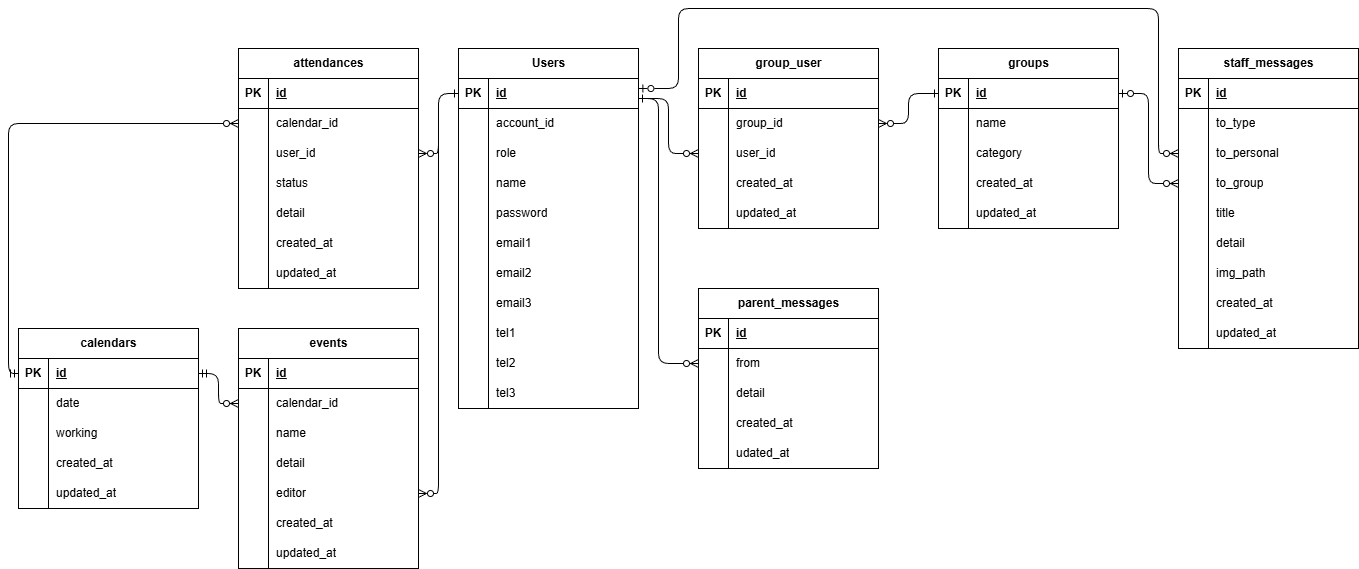
This is ER.drawio.png from kasahara-dev/kasahara-spa1, a draw.io export, as it was before one commit. Source tidied: cells renumbered, new cells last; positions are measured from the earlier drawing's top-left corner, leaving out a move shared by most shapes.
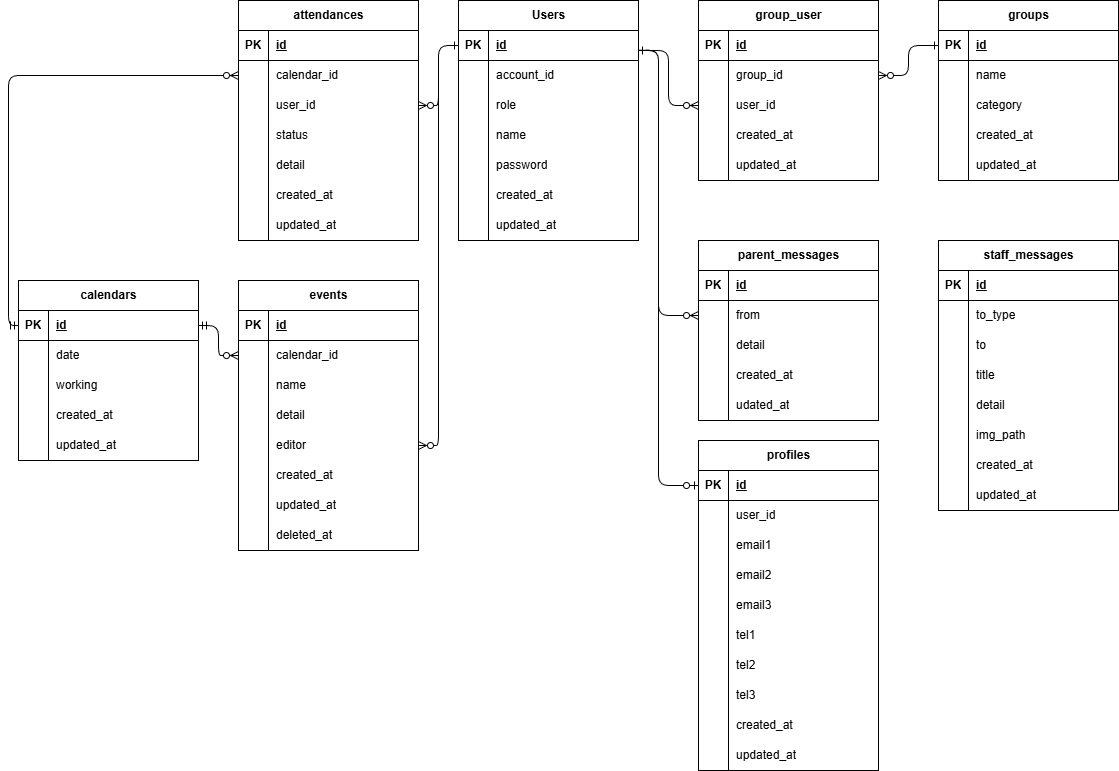
Later version of the same file.

The edit, as a diff of the source:
```diff
@@ -5,3 +5,3 @@
     <mxCell id="2" value="Users" style="shape=table;startSize=30;rowLines=0;fontStyle=1;align=center;html=1;" parent="1" vertex="1">
-      <mxGeometry x="440" y="40" width="180" height="360" as="geometry" />
+      <mxGeometry x="440" y="40" width="180" height="240" as="geometry" />
     </mxCell>
@@ -58,3 +58,3 @@
     </mxCell>
-    <mxCell id="20" value="email1" style="shape=partialRectangle;fillColor=none;top=0;left=0;bottom=0;right=0;align=left;spacingLeft=6;overflow=hidden;whiteSpace=wrap;html=1;" parent="18" vertex="1">
+    <mxCell id="20" value="created_at" style="shape=partialRectangle;fillColor=none;top=0;left=0;bottom=0;right=0;align=left;spacingLeft=6;overflow=hidden;whiteSpace=wrap;html=1;" parent="18" vertex="1">
       <mxGeometry x="30" width="150" height="30" as="geometry" />
@@ -67,41 +67,5 @@
     </mxCell>
-    <mxCell id="23" value="email2" style="shape=partialRectangle;fillColor=none;top=0;left=0;bottom=0;right=0;align=left;spacingLeft=6;overflow=hidden;whiteSpace=wrap;html=1;" parent="21" vertex="1">
+    <mxCell id="23" value="updated_at" style="shape=partialRectangle;fillColor=none;top=0;left=0;bottom=0;right=0;align=left;spacingLeft=6;overflow=hidden;whiteSpace=wrap;html=1;" parent="21" vertex="1">
       <mxGeometry x="30" width="150" height="30" as="geometry" />
     </mxCell>
-    <mxCell id="24" style="shape=tableRow;horizontal=0;startSize=0;swimlaneHead=0;swimlaneBody=0;fillColor=none;top=0;left=0;right=0;bottom=0;" parent="2" vertex="1">
-      <mxGeometry y="240" width="180" height="30" as="geometry" />
-    </mxCell>
-    <mxCell id="25" style="shape=partialRectangle;fillColor=none;top=0;left=0;bottom=0;right=0;overflow=hidden;whiteSpace=wrap;html=1;" parent="24" vertex="1">
-      <mxGeometry width="30" height="30" as="geometry" />
-    </mxCell>
-    <mxCell id="26" value="email3" style="shape=partialRectangle;fillColor=none;top=0;left=0;bottom=0;right=0;align=left;spacingLeft=6;overflow=hidden;whiteSpace=wrap;html=1;" parent="24" vertex="1">
-      <mxGeometry x="30" width="150" height="30" as="geometry" />
-    </mxCell>
-    <mxCell id="27" style="shape=tableRow;horizontal=0;startSize=0;swimlaneHead=0;swimlaneBody=0;fillColor=none;top=0;left=0;right=0;bottom=0;" parent="2" vertex="1">
-      <mxGeometry y="270" width="180" height="30" as="geometry" />
-    </mxCell>
-    <mxCell id="28" style="shape=partialRectangle;fillColor=none;top=0;left=0;bottom=0;right=0;overflow=hidden;whiteSpace=wrap;html=1;" parent="27" vertex="1">
-      <mxGeometry width="30" height="30" as="geometry" />
-    </mxCell>
-    <mxCell id="29" value="tel1" style="shape=partialRectangle;fillColor=none;top=0;left=0;bottom=0;right=0;align=left;spacingLeft=6;overflow=hidden;whiteSpace=wrap;html=1;" parent="27" vertex="1">
-      <mxGeometry x="30" width="150" height="30" as="geometry" />
-    </mxCell>
-    <mxCell id="30" style="shape=tableRow;horizontal=0;startSize=0;swimlaneHead=0;swimlaneBody=0;fillColor=none;top=0;left=0;right=0;bottom=0;" parent="2" vertex="1">
-      <mxGeometry y="300" width="180" height="30" as="geometry" />
-    </mxCell>
-    <mxCell id="31" style="shape=partialRectangle;fillColor=none;top=0;left=0;bottom=0;right=0;overflow=hidden;whiteSpace=wrap;html=1;" parent="30" vertex="1">
-      <mxGeometry width="30" height="30" as="geometry" />
-    </mxCell>
-    <mxCell id="32" value="tel2" style="shape=partialRectangle;fillColor=none;top=0;left=0;bottom=0;right=0;align=left;spacingLeft=6;overflow=hidden;whiteSpace=wrap;html=1;" parent="30" vertex="1">
-      <mxGeometry x="30" width="150" height="30" as="geometry" />
-    </mxCell>
-    <mxCell id="33" style="shape=tableRow;horizontal=0;startSize=0;swimlaneHead=0;swimlaneBody=0;fillColor=none;top=0;left=0;right=0;bottom=0;" parent="2" vertex="1">
-      <mxGeometry y="330" width="180" height="30" as="geometry" />
-    </mxCell>
-    <mxCell id="34" style="shape=partialRectangle;fillColor=none;top=0;left=0;bottom=0;right=0;overflow=hidden;whiteSpace=wrap;html=1;" parent="33" vertex="1">
-      <mxGeometry width="30" height="30" as="geometry" />
-    </mxCell>
-    <mxCell id="35" value="tel3" style="shape=partialRectangle;fillColor=none;top=0;left=0;bottom=0;right=0;align=left;spacingLeft=6;overflow=hidden;whiteSpace=wrap;html=1;" parent="33" vertex="1">
-      <mxGeometry x="30" width="150" height="30" as="geometry" />
-    </mxCell>
     <mxCell id="36" value="groups" style="shape=table;startSize=30;rowLines=0;fontStyle=1;align=center;html=1;" parent="1" vertex="1">
@@ -203,3 +167,3 @@
     <mxCell id="68" value="events" style="shape=table;startSize=30;rowLines=0;fontStyle=1;align=center;html=1;" parent="1" vertex="1">
-      <mxGeometry x="220" y="320" width="180" height="240" as="geometry" />
+      <mxGeometry x="220" y="320" width="180" height="270" as="geometry" />
     </mxCell>
@@ -268,2 +232,11 @@
     </mxCell>
+    <mxCell id="181" style="shape=tableRow;horizontal=0;startSize=0;swimlaneHead=0;swimlaneBody=0;fillColor=none;top=0;left=0;right=0;bottom=0;" parent="68" vertex="1">
+      <mxGeometry y="240" width="180" height="30" as="geometry" />
+    </mxCell>
+    <mxCell id="182" style="shape=partialRectangle;fillColor=none;top=0;left=0;bottom=0;right=0;overflow=hidden;whiteSpace=wrap;html=1;" parent="181" vertex="1">
+      <mxGeometry width="30" height="30" as="geometry" />
+    </mxCell>
+    <mxCell id="183" value="deleted_at" style="shape=partialRectangle;fillColor=none;top=0;left=0;bottom=0;right=0;align=left;spacingLeft=6;overflow=hidden;whiteSpace=wrap;html=1;" parent="181" vertex="1">
+      <mxGeometry x="30" width="150" height="30" as="geometry" />
+    </mxCell>
     <mxCell id="90" value="attendances" style="shape=table;startSize=30;rowLines=0;fontStyle=1;align=center;html=1;" parent="1" vertex="1">
@@ -335,3 +308,3 @@
     <mxCell id="112" value="staff_messages" style="shape=table;startSize=30;rowLines=0;fontStyle=1;align=center;html=1;" parent="1" vertex="1">
-      <mxGeometry x="1160" y="40" width="180" height="300" as="geometry" />
+      <mxGeometry x="920" y="280" width="180" height="270" as="geometry" />
     </mxCell>
@@ -361,16 +334,7 @@
     </mxCell>
-    <mxCell id="121" value="to_personal" style="shape=partialRectangle;fillColor=none;top=0;left=0;bottom=0;right=0;align=left;spacingLeft=6;overflow=hidden;whiteSpace=wrap;html=1;" parent="119" vertex="1">
+    <mxCell id="121" value="to" style="shape=partialRectangle;fillColor=none;top=0;left=0;bottom=0;right=0;align=left;spacingLeft=6;overflow=hidden;whiteSpace=wrap;html=1;" parent="119" vertex="1">
       <mxGeometry x="30" width="150" height="30" as="geometry" />
     </mxCell>
-    <mxCell id="122" style="shape=tableRow;horizontal=0;startSize=0;swimlaneHead=0;swimlaneBody=0;fillColor=none;points=[[0,0.5],[1,0.5]];portConstraint=eastwest;top=0;left=0;right=0;bottom=0;" parent="112" vertex="1">
-      <mxGeometry y="120" width="180" height="30" as="geometry" />
-    </mxCell>
-    <mxCell id="123" style="shape=partialRectangle;fillColor=none;top=0;left=0;bottom=0;right=0;overflow=hidden;whiteSpace=wrap;html=1;" parent="122" vertex="1">
-      <mxGeometry width="30" height="30" as="geometry" />
-    </mxCell>
-    <mxCell id="124" value="to_group" style="shape=partialRectangle;fillColor=none;top=0;left=0;bottom=0;right=0;align=left;spacingLeft=6;overflow=hidden;whiteSpace=wrap;html=1;" parent="122" vertex="1">
-      <mxGeometry x="30" width="150" height="30" as="geometry" />
-    </mxCell>
     <mxCell id="125" style="shape=tableRow;horizontal=0;startSize=0;swimlaneHead=0;swimlaneBody=0;fillColor=none;top=0;left=0;right=0;bottom=0;" parent="112" vertex="1">
-      <mxGeometry y="150" width="180" height="30" as="geometry" />
+      <mxGeometry y="120" width="180" height="30" as="geometry" />
     </mxCell>
@@ -383,3 +347,3 @@
     <mxCell id="128" style="shape=tableRow;horizontal=0;startSize=0;swimlaneHead=0;swimlaneBody=0;fillColor=none;top=0;left=0;right=0;bottom=0;" parent="112" vertex="1">
-      <mxGeometry y="180" width="180" height="30" as="geometry" />
+      <mxGeometry y="150" width="180" height="30" as="geometry" />
     </mxCell>
@@ -392,3 +356,3 @@
     <mxCell id="131" style="shape=tableRow;horizontal=0;startSize=0;swimlaneHead=0;swimlaneBody=0;fillColor=none;top=0;left=0;right=0;bottom=0;" parent="112" vertex="1">
-      <mxGeometry y="210" width="180" height="30" as="geometry" />
+      <mxGeometry y="180" width="180" height="30" as="geometry" />
     </mxCell>
@@ -401,3 +365,3 @@
     <mxCell id="134" style="shape=tableRow;horizontal=0;startSize=0;swimlaneHead=0;swimlaneBody=0;fillColor=none;top=0;left=0;right=0;bottom=0;" parent="112" vertex="1">
-      <mxGeometry y="240" width="180" height="30" as="geometry" />
+      <mxGeometry y="210" width="180" height="30" as="geometry" />
     </mxCell>
@@ -410,3 +374,3 @@
     <mxCell id="137" style="shape=tableRow;horizontal=0;startSize=0;swimlaneHead=0;swimlaneBody=0;fillColor=none;top=0;left=0;right=0;bottom=0;" parent="112" vertex="1">
-      <mxGeometry y="270" width="180" height="30" as="geometry" />
+      <mxGeometry y="240" width="180" height="30" as="geometry" />
     </mxCell>
@@ -526,14 +490,3 @@
     </mxCell>
-    <mxCell id="174" style="edgeStyle=orthogonalEdgeStyle;html=1;exitX=0;exitY=0.5;exitDx=0;exitDy=0;startArrow=ERzeroToMany;startFill=0;endArrow=ERzeroToOne;endFill=0;entryX=1.002;entryY=0.364;entryDx=0;entryDy=0;entryPerimeter=0;" parent="1" edge="1" source="119" target="3">
-      <mxGeometry relative="1" as="geometry">
-        <Array as="points">
-          <mxPoint x="1140" y="145" />
-          <mxPoint x="1140" />
-          <mxPoint x="660" />
-          <mxPoint x="660" y="80" />
-          <mxPoint x="620" y="80" />
-        </Array>
-      </mxGeometry>
-    </mxCell>
-    <mxCell id="175" style="edgeStyle=orthogonalEdgeStyle;html=1;exitX=0;exitY=0.5;exitDx=0;exitDy=0;entryX=1;entryY=0.5;entryDx=0;entryDy=0;startArrow=ERzeroToMany;startFill=0;endArrow=ERzeroToOne;endFill=0;" parent="1" edge="1" source="122" target="37">
+    <mxCell id="175" style="edgeStyle=orthogonalEdgeStyle;html=1;exitX=0;exitY=0.5;exitDx=0;exitDy=0;entryX=1;entryY=0.5;entryDx=0;entryDy=0;startArrow=ERzeroToMany;startFill=0;endArrow=ERzeroToOne;endFill=0;" parent="1" edge="1" source="x" target="37">
       <mxGeometry relative="1" as="geometry" />
@@ -561,2 +514,103 @@
     </mxCell>
+    <mxCell id="184" value="profiles" style="shape=table;startSize=30;rowLines=0;fontStyle=1;align=center;html=1;" parent="1" vertex="1">
+      <mxGeometry x="680" y="480" width="180" height="330" as="geometry" />
+    </mxCell>
+    <mxCell id="185" style="shape=tableRow;horizontal=0;startSize=0;swimlaneHead=0;swimlaneBody=0;fillColor=none;points=[[0,0.5],[1,0.5]];portConstraint=eastwest;top=0;left=0;right=0;bottom=1;" parent="184" vertex="1">
+      <mxGeometry y="30" width="180" height="30" as="geometry" />
+    </mxCell>
+    <mxCell id="186" value="PK" style="shape=partialRectangle;fillColor=none;top=0;left=0;bottom=0;right=0;fontStyle=1;overflow=hidden;whiteSpace=wrap;html=1;" parent="185" vertex="1">
+      <mxGeometry width="30" height="30" as="geometry" />
+    </mxCell>
+    <mxCell id="187" value="id" style="shape=partialRectangle;fillColor=none;top=0;left=0;bottom=0;right=0;align=left;spacingLeft=6;fontStyle=5;overflow=hidden;whiteSpace=wrap;html=1;" parent="185" vertex="1">
+      <mxGeometry x="30" width="150" height="30" as="geometry" />
+    </mxCell>
+    <mxCell id="188" style="shape=tableRow;horizontal=0;startSize=0;swimlaneHead=0;swimlaneBody=0;fillColor=none;top=0;left=0;right=0;bottom=0;" parent="184" vertex="1">
+      <mxGeometry y="60" width="180" height="30" as="geometry" />
+    </mxCell>
+    <mxCell id="189" style="shape=partialRectangle;fillColor=none;top=0;left=0;bottom=0;right=0;overflow=hidden;whiteSpace=wrap;html=1;" parent="188" vertex="1">
+      <mxGeometry width="30" height="30" as="geometry" />
+    </mxCell>
+    <mxCell id="190" value="user_id" style="shape=partialRectangle;fillColor=none;top=0;left=0;bottom=0;right=0;align=left;spacingLeft=6;overflow=hidden;whiteSpace=wrap;html=1;" parent="188" vertex="1">
+      <mxGeometry x="30" width="150" height="30" as="geometry" />
+    </mxCell>
+    <mxCell id="191" style="shape=tableRow;horizontal=0;startSize=0;swimlaneHead=0;swimlaneBody=0;fillColor=none;top=0;left=0;right=0;bottom=0;" parent="184" vertex="1">
+      <mxGeometry y="90" width="180" height="30" as="geometry" />
+    </mxCell>
+    <mxCell id="192" style="shape=partialRectangle;fillColor=none;top=0;left=0;bottom=0;right=0;overflow=hidden;whiteSpace=wrap;html=1;" parent="191" vertex="1">
+      <mxGeometry width="30" height="30" as="geometry" />
+    </mxCell>
+    <mxCell id="193" value="email1" style="shape=partialRectangle;fillColor=none;top=0;left=0;bottom=0;right=0;align=left;spacingLeft=6;overflow=hidden;whiteSpace=wrap;html=1;" parent="191" vertex="1">
+      <mxGeometry x="30" width="150" height="30" as="geometry" />
+    </mxCell>
+    <mxCell id="122" style="shape=tableRow;horizontal=0;startSize=0;swimlaneHead=0;swimlaneBody=0;fillColor=none;points=[[0,0.5],[1,0.5]];portConstraint=eastwest;top=0;left=0;right=0;bottom=0;" parent="184" vertex="1">
+      <mxGeometry y="120" width="180" height="30" as="geometry" />
+    </mxCell>
+    <mxCell id="194" style="shape=partialRectangle;fillColor=none;top=0;left=0;bottom=0;right=0;overflow=hidden;whiteSpace=wrap;html=1;" parent="122" vertex="1">
+      <mxGeometry width="30" height="30" as="geometry" />
+    </mxCell>
+    <mxCell id="195" value="email2" style="shape=partialRectangle;fillColor=none;top=0;left=0;bottom=0;right=0;align=left;spacingLeft=6;overflow=hidden;whiteSpace=wrap;html=1;" parent="122" vertex="1">
+      <mxGeometry x="30" width="150" height="30" as="geometry" />
+    </mxCell>
+    <mxCell id="196" style="shape=tableRow;horizontal=0;startSize=0;swimlaneHead=0;swimlaneBody=0;fillColor=none;top=0;left=0;right=0;bottom=0;" parent="184" vertex="1">
+      <mxGeometry y="150" width="180" height="30" as="geometry" />
+    </mxCell>
+    <mxCell id="197" style="shape=partialRectangle;fillColor=none;top=0;left=0;bottom=0;right=0;overflow=hidden;whiteSpace=wrap;html=1;" parent="196" vertex="1">
+      <mxGeometry width="30" height="30" as="geometry" />
+    </mxCell>
+    <mxCell id="26" value="email3" style="shape=partialRectangle;fillColor=none;top=0;left=0;bottom=0;right=0;align=left;spacingLeft=6;overflow=hidden;whiteSpace=wrap;html=1;" parent="196" vertex="1">
+      <mxGeometry x="30" width="150" height="30" as="geometry" />
+    </mxCell>
+    <mxCell id="198" style="shape=tableRow;horizontal=0;startSize=0;swimlaneHead=0;swimlaneBody=0;fillColor=none;top=0;left=0;right=0;bottom=0;" parent="184" vertex="1">
+      <mxGeometry y="180" width="180" height="30" as="geometry" />
+    </mxCell>
+    <mxCell id="199" style="shape=partialRectangle;fillColor=none;top=0;left=0;bottom=0;right=0;overflow=hidden;whiteSpace=wrap;html=1;" parent="198" vertex="1">
+      <mxGeometry width="30" height="30" as="geometry" />
+    </mxCell>
+    <mxCell id="29" value="tel1" style="shape=partialRectangle;fillColor=none;top=0;left=0;bottom=0;right=0;align=left;spacingLeft=6;overflow=hidden;whiteSpace=wrap;html=1;" parent="198" vertex="1">
+      <mxGeometry x="30" width="150" height="30" as="geometry" />
+    </mxCell>
+    <mxCell id="200" style="shape=tableRow;horizontal=0;startSize=0;swimlaneHead=0;swimlaneBody=0;fillColor=none;top=0;left=0;right=0;bottom=0;" parent="184" vertex="1">
+      <mxGeometry y="210" width="180" height="30" as="geometry" />
+    </mxCell>
+    <mxCell id="201" style="shape=partialRectangle;fillColor=none;top=0;left=0;bottom=0;right=0;overflow=hidden;whiteSpace=wrap;html=1;" parent="200" vertex="1">
+      <mxGeometry width="30" height="30" as="geometry" />
+    </mxCell>
+    <mxCell id="32" value="tel2" style="shape=partialRectangle;fillColor=none;top=0;left=0;bottom=0;right=0;align=left;spacingLeft=6;overflow=hidden;whiteSpace=wrap;html=1;" parent="200" vertex="1">
+      <mxGeometry x="30" width="150" height="30" as="geometry" />
+    </mxCell>
+    <mxCell id="202" style="shape=tableRow;horizontal=0;startSize=0;swimlaneHead=0;swimlaneBody=0;fillColor=none;top=0;left=0;right=0;bottom=0;" parent="184" vertex="1">
+      <mxGeometry y="240" width="180" height="30" as="geometry" />
+    </mxCell>
+    <mxCell id="203" style="shape=partialRectangle;fillColor=none;top=0;left=0;bottom=0;right=0;overflow=hidden;whiteSpace=wrap;html=1;" parent="202" vertex="1">
+      <mxGeometry width="30" height="30" as="geometry" />
+    </mxCell>
+    <mxCell id="35" value="tel3" style="shape=partialRectangle;fillColor=none;top=0;left=0;bottom=0;right=0;align=left;spacingLeft=6;overflow=hidden;whiteSpace=wrap;html=1;" parent="202" vertex="1">
+      <mxGeometry x="30" width="150" height="30" as="geometry" />
+    </mxCell>
+    <mxCell id="27" style="shape=tableRow;horizontal=0;startSize=0;swimlaneHead=0;swimlaneBody=0;fillColor=none;top=0;left=0;right=0;bottom=0;" parent="184" vertex="1">
+      <mxGeometry y="270" width="180" height="30" as="geometry" />
+    </mxCell>
+    <mxCell id="204" style="shape=partialRectangle;fillColor=none;top=0;left=0;bottom=0;right=0;overflow=hidden;whiteSpace=wrap;html=1;" parent="27" vertex="1">
+      <mxGeometry width="30" height="30" as="geometry" />
+    </mxCell>
+    <mxCell id="205" value="created_at" style="shape=partialRectangle;fillColor=none;top=0;left=0;bottom=0;right=0;align=left;spacingLeft=6;overflow=hidden;whiteSpace=wrap;html=1;" parent="27" vertex="1">
+      <mxGeometry x="30" width="150" height="30" as="geometry" />
+    </mxCell>
+    <mxCell id="30" style="shape=tableRow;horizontal=0;startSize=0;swimlaneHead=0;swimlaneBody=0;fillColor=none;top=0;left=0;right=0;bottom=0;" parent="184" vertex="1">
+      <mxGeometry y="300" width="180" height="30" as="geometry" />
+    </mxCell>
+    <mxCell id="206" style="shape=partialRectangle;fillColor=none;top=0;left=0;bottom=0;right=0;overflow=hidden;whiteSpace=wrap;html=1;" parent="30" vertex="1">
+      <mxGeometry width="30" height="30" as="geometry" />
+    </mxCell>
+    <mxCell id="207" value="updated_at" style="shape=partialRectangle;fillColor=none;top=0;left=0;bottom=0;right=0;align=left;spacingLeft=6;overflow=hidden;whiteSpace=wrap;html=1;" parent="30" vertex="1">
+      <mxGeometry x="30" width="150" height="30" as="geometry" />
+    </mxCell>
+    <mxCell id="208" style="edgeStyle=orthogonalEdgeStyle;html=1;exitX=0.999;exitY=0.657;exitDx=0;exitDy=0;entryX=0;entryY=0.5;entryDx=0;entryDy=0;exitPerimeter=0;endArrow=ERzeroToOne;endFill=0;" parent="1" edge="1" source="3" target="185">
+      <mxGeometry relative="1" as="geometry">
+        <Array as="points">
+          <mxPoint x="640" y="90" />
+          <mxPoint x="640" y="525" />
+        </Array>
+      </mxGeometry>
+    </mxCell>
   </root>
```
